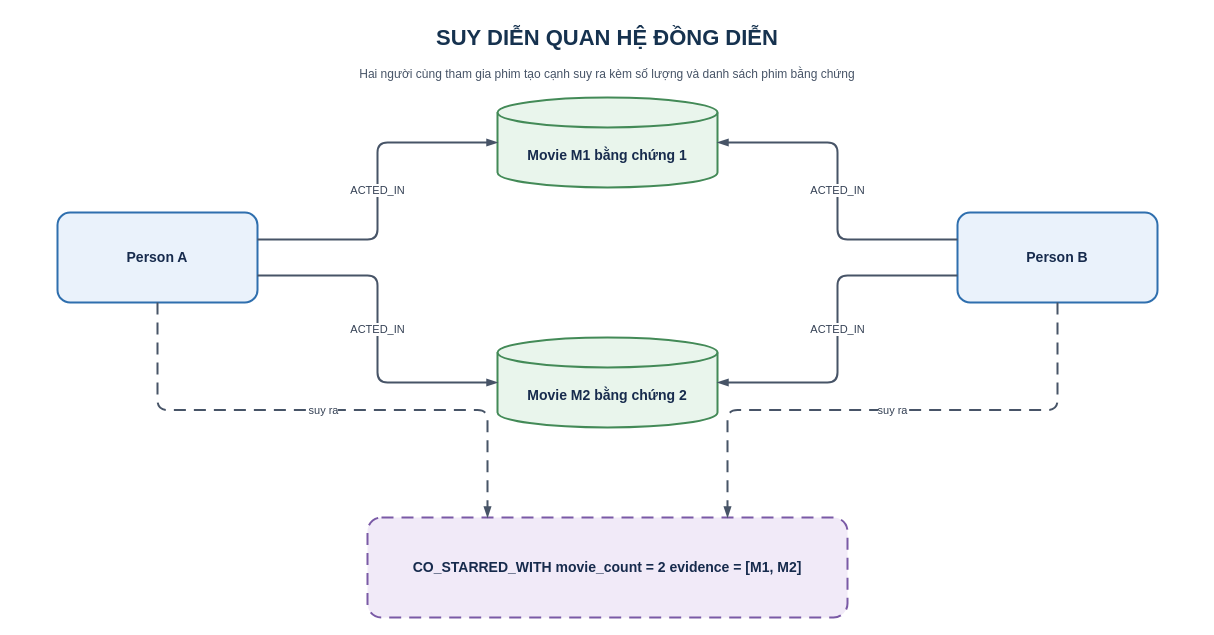
This is report_latex/images/sources/costar_reasoning.drawio from khanhhk/advanced_database, a draw.io file, before an edit. Source tidied: cells renumbered, new cells numbered last; positions are measured from the earlier drawing's top-left corner, leaving out a move shared by most shapes. Both pictures are drawn from the tidied source at 100%, with x=0, y=0 at pixel (17, 17).
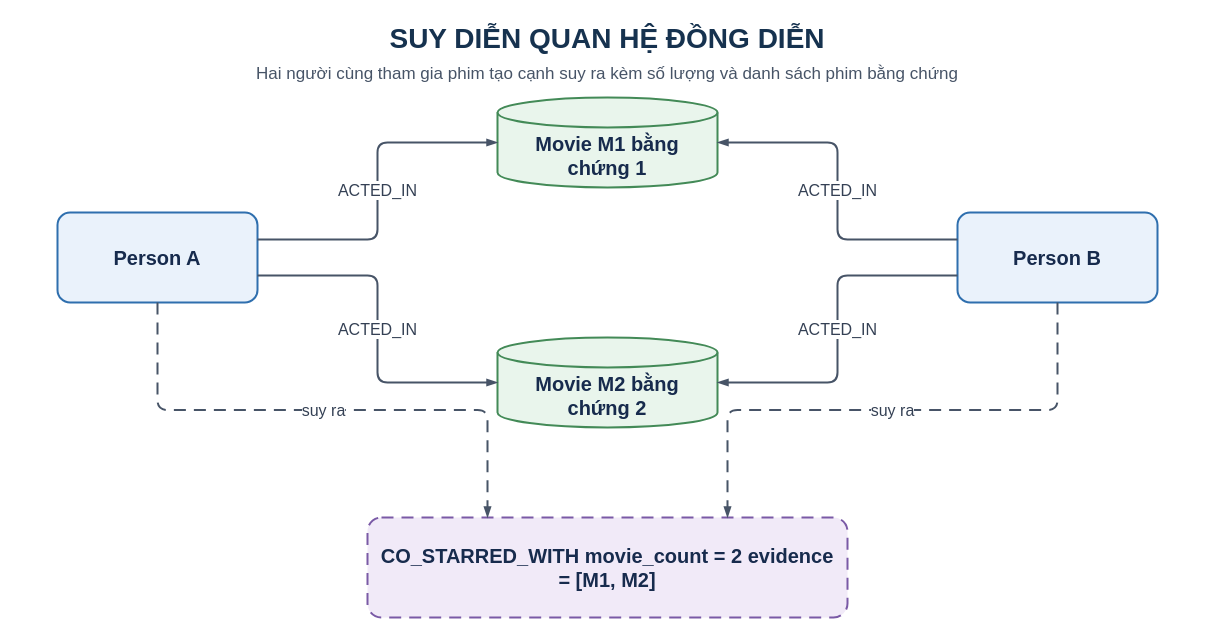
The same diagram, later.

Change to the diagram source:
```diff
@@
 <mxGraphModel background="#FFFFFF">
   <root>
     <mxCell id="0" />
     <mxCell id="1" parent="0" />
-    <mxCell id="2" value="SUY DIỄN QUAN HỆ ĐỒNG DIỄN" style="text;html=1;whiteSpace=wrap;align=center;verticalAlign=middle;fontFamily=Helvetica;fontSize=22;fontColor=#16324F;fontStyle=1;" parent="1" vertex="1">
+    <mxCell id="2" value="SUY DIỄN QUAN HỆ ĐỒNG DIỄN" style="text;html=1;whiteSpace=wrap;align=center;verticalAlign=middle;fontFamily=Helvetica;fontSize=28;fontColor=#16324F;fontStyle=1;" parent="1" vertex="1">
       <mxGeometry width="1180" height="42" as="geometry" />
     </mxCell>
-    <mxCell id="3" value="Hai người cùng tham gia phim tạo cạnh suy ra kèm số lượng và danh sách phim bằng chứng" style="text;html=1;whiteSpace=wrap;align=center;verticalAlign=middle;fontFamily=Helvetica;fontSize=12;fontColor=#475467;" parent="1" vertex="1">
+    <mxCell id="3" value="Hai người cùng tham gia phim tạo cạnh suy ra kèm số lượng và danh sách phim bằng chứng" style="text;html=1;whiteSpace=wrap;align=center;verticalAlign=middle;fontFamily=Helvetica;fontSize=17;fontColor=#475467;" parent="1" vertex="1">
       <mxGeometry y="42" width="1180" height="30" as="geometry" />
     </mxCell>
-    <mxCell id="4" value="Person A" style="rounded=1;arcSize=14;whiteSpace=wrap;html=1;align=center;verticalAlign=middle;spacing=8;fontFamily=Helvetica;fontSize=14;fontColor=#172B4D;fillColor=#EAF2FB;strokeColor=#2F6FAE;strokeWidth=2;fontStyle=1;" parent="1" vertex="1">
+    <mxCell id="4" value="Person A" style="rounded=1;arcSize=14;whiteSpace=wrap;html=1;align=center;verticalAlign=middle;spacing=8;fontFamily=Helvetica;fontSize=20;fontColor=#172B4D;fillColor=#EAF2FB;strokeColor=#2F6FAE;strokeWidth=2;fontStyle=1;" parent="1" vertex="1">
       <mxGeometry x="40" y="195" width="200" height="90" as="geometry" />
     </mxCell>
-    <mxCell id="5" value="Movie M1 bằng chứng 1" style="shape=cylinder3;boundedLbl=1;whiteSpace=wrap;html=1;align=center;verticalAlign=middle;spacing=8;fontFamily=Helvetica;fontSize=14;fontColor=#172B4D;fillColor=#E9F5EC;strokeColor=#438A57;strokeWidth=2;fontStyle=1;" parent="1" vertex="1">
+    <mxCell id="5" value="Movie M1 bằng chứng 1" style="shape=cylinder3;boundedLbl=1;whiteSpace=wrap;html=1;align=center;verticalAlign=middle;spacing=8;fontFamily=Helvetica;fontSize=20;fontColor=#172B4D;fillColor=#E9F5EC;strokeColor=#438A57;strokeWidth=2;fontStyle=1;" parent="1" vertex="1">
       <mxGeometry x="480" y="80" width="220" height="90" as="geometry" />
     </mxCell>
-    <mxCell id="6" value="Movie M2 bằng chứng 2" style="shape=cylinder3;boundedLbl=1;whiteSpace=wrap;html=1;align=center;verticalAlign=middle;spacing=8;fontFamily=Helvetica;fontSize=14;fontColor=#172B4D;fillColor=#E9F5EC;strokeColor=#438A57;strokeWidth=2;fontStyle=1;" parent="1" vertex="1">
+    <mxCell id="6" value="Movie M2 bằng chứng 2" style="shape=cylinder3;boundedLbl=1;whiteSpace=wrap;html=1;align=center;verticalAlign=middle;spacing=8;fontFamily=Helvetica;fontSize=20;fontColor=#172B4D;fillColor=#E9F5EC;strokeColor=#438A57;strokeWidth=2;fontStyle=1;" parent="1" vertex="1">
       <mxGeometry x="480" y="320" width="220" height="90" as="geometry" />
     </mxCell>
-    <mxCell id="7" value="Person B" style="rounded=1;arcSize=14;whiteSpace=wrap;html=1;align=center;verticalAlign=middle;spacing=8;fontFamily=Helvetica;fontSize=14;fontColor=#172B4D;fillColor=#EAF2FB;strokeColor=#2F6FAE;strokeWidth=2;fontStyle=1;" parent="1" vertex="1">
+    <mxCell id="7" value="Person B" style="rounded=1;arcSize=14;whiteSpace=wrap;html=1;align=center;verticalAlign=middle;spacing=8;fontFamily=Helvetica;fontSize=20;fontColor=#172B4D;fillColor=#EAF2FB;strokeColor=#2F6FAE;strokeWidth=2;fontStyle=1;" parent="1" vertex="1">
       <mxGeometry x="940" y="195" width="200" height="90" as="geometry" />
     </mxCell>
-    <mxCell id="8" value="CO_STARRED_WITH movie_count = 2 evidence = [M1, M2]" style="rounded=1;arcSize=14;whiteSpace=wrap;html=1;align=center;verticalAlign=middle;spacing=8;fontFamily=Helvetica;fontSize=14;fontColor=#172B4D;fillColor=#F1EAF8;strokeColor=#7A5AA6;strokeWidth=2;fontStyle=1;dashed=1;dashPattern=6 4;" parent="1" vertex="1">
+    <mxCell id="8" value="CO_STARRED_WITH movie_count = 2 evidence = [M1, M2]" style="rounded=1;arcSize=14;whiteSpace=wrap;html=1;align=center;verticalAlign=middle;spacing=8;fontFamily=Helvetica;fontSize=20;fontColor=#172B4D;fillColor=#F1EAF8;strokeColor=#7A5AA6;strokeWidth=2;fontStyle=1;dashed=1;dashPattern=6 4;" parent="1" vertex="1">
       <mxGeometry x="350" y="500" width="480" height="100" as="geometry" />
     </mxCell>
-    <mxCell id="9" value="ACTED_IN" style="edgeStyle=orthogonalEdgeStyle;rounded=1;jettySize=auto;html=1;strokeColor=#475467;strokeWidth=2;endArrow=blockThin;endFill=1;fontFamily=Helvetica;fontSize=11;fontColor=#344054;labelBackgroundColor=#FFFFFF;exitX=1;exitY=0.3;exitDx=0;exitDy=0;entryX=0;entryY=0.5;entryDx=0;entryDy=0;" parent="1" edge="1" source="4" target="5">
+    <mxCell id="9" value="ACTED_IN" style="edgeStyle=orthogonalEdgeStyle;rounded=1;jettySize=auto;html=1;strokeColor=#475467;strokeWidth=2;endArrow=blockThin;endFill=1;fontFamily=Helvetica;fontSize=16;fontColor=#344054;labelBackgroundColor=#FFFFFF;exitX=1;exitY=0.3;exitDx=0;exitDy=0;entryX=0;entryY=0.5;entryDx=0;entryDy=0;" parent="1" edge="1" source="4" target="5">
       <mxGeometry relative="1" as="geometry" />
     </mxCell>
-    <mxCell id="10" value="ACTED_IN" style="edgeStyle=orthogonalEdgeStyle;rounded=1;jettySize=auto;html=1;strokeColor=#475467;strokeWidth=2;endArrow=blockThin;endFill=1;fontFamily=Helvetica;fontSize=11;fontColor=#344054;labelBackgroundColor=#FFFFFF;exitX=1;exitY=0.7;exitDx=0;exitDy=0;entryX=0;entryY=0.5;entryDx=0;entryDy=0;" parent="1" edge="1" source="4" target="6">
+    <mxCell id="10" value="ACTED_IN" style="edgeStyle=orthogonalEdgeStyle;rounded=1;jettySize=auto;html=1;strokeColor=#475467;strokeWidth=2;endArrow=blockThin;endFill=1;fontFamily=Helvetica;fontSize=16;fontColor=#344054;labelBackgroundColor=#FFFFFF;exitX=1;exitY=0.7;exitDx=0;exitDy=0;entryX=0;entryY=0.5;entryDx=0;entryDy=0;" parent="1" edge="1" source="4" target="6">
       <mxGeometry relative="1" as="geometry" />
     </mxCell>
-    <mxCell id="11" value="ACTED_IN" style="edgeStyle=orthogonalEdgeStyle;rounded=1;jettySize=auto;html=1;strokeColor=#475467;strokeWidth=2;endArrow=blockThin;endFill=1;fontFamily=Helvetica;fontSize=11;fontColor=#344054;labelBackgroundColor=#FFFFFF;exitX=0;exitY=0.3;exitDx=0;exitDy=0;entryX=1;entryY=0.5;entryDx=0;entryDy=0;" parent="1" edge="1" source="7" target="5">
+    <mxCell id="11" value="ACTED_IN" style="edgeStyle=orthogonalEdgeStyle;rounded=1;jettySize=auto;html=1;strokeColor=#475467;strokeWidth=2;endArrow=blockThin;endFill=1;fontFamily=Helvetica;fontSize=16;fontColor=#344054;labelBackgroundColor=#FFFFFF;exitX=0;exitY=0.3;exitDx=0;exitDy=0;entryX=1;entryY=0.5;entryDx=0;entryDy=0;" parent="1" edge="1" source="7" target="5">
       <mxGeometry relative="1" as="geometry" />
     </mxCell>
-    <mxCell id="12" value="ACTED_IN" style="edgeStyle=orthogonalEdgeStyle;rounded=1;jettySize=auto;html=1;strokeColor=#475467;strokeWidth=2;endArrow=blockThin;endFill=1;fontFamily=Helvetica;fontSize=11;fontColor=#344054;labelBackgroundColor=#FFFFFF;exitX=0;exitY=0.7;exitDx=0;exitDy=0;entryX=1;entryY=0.5;entryDx=0;entryDy=0;" parent="1" edge="1" source="7" target="6">
+    <mxCell id="12" value="ACTED_IN" style="edgeStyle=orthogonalEdgeStyle;rounded=1;jettySize=auto;html=1;strokeColor=#475467;strokeWidth=2;endArrow=blockThin;endFill=1;fontFamily=Helvetica;fontSize=16;fontColor=#344054;labelBackgroundColor=#FFFFFF;exitX=0;exitY=0.7;exitDx=0;exitDy=0;entryX=1;entryY=0.5;entryDx=0;entryDy=0;" parent="1" edge="1" source="7" target="6">
       <mxGeometry relative="1" as="geometry" />
     </mxCell>
-    <mxCell id="13" value="suy ra" style="edgeStyle=orthogonalEdgeStyle;rounded=1;jettySize=auto;html=1;strokeColor=#475467;strokeWidth=2;endArrow=blockThin;endFill=1;fontFamily=Helvetica;fontSize=11;fontColor=#344054;labelBackgroundColor=#FFFFFF;exitX=0.5;exitY=1;exitDx=0;exitDy=0;entryX=0.25;entryY=0;entryDx=0;entryDy=0;dashed=1;dashPattern=6 4;" parent="1" edge="1" source="4" target="8">
+    <mxCell id="13" value="suy ra" style="edgeStyle=orthogonalEdgeStyle;rounded=1;jettySize=auto;html=1;strokeColor=#475467;strokeWidth=2;endArrow=blockThin;endFill=1;fontFamily=Helvetica;fontSize=16;fontColor=#344054;labelBackgroundColor=#FFFFFF;exitX=0.5;exitY=1;exitDx=0;exitDy=0;entryX=0.25;entryY=0;entryDx=0;entryDy=0;dashed=1;dashPattern=6 4;" parent="1" edge="1" source="4" target="8">
       <mxGeometry relative="1" as="geometry" />
     </mxCell>
-    <mxCell id="14" value="suy ra" style="edgeStyle=orthogonalEdgeStyle;rounded=1;jettySize=auto;html=1;strokeColor=#475467;strokeWidth=2;endArrow=blockThin;endFill=1;fontFamily=Helvetica;fontSize=11;fontColor=#344054;labelBackgroundColor=#FFFFFF;exitX=0.5;exitY=1;exitDx=0;exitDy=0;entryX=0.75;entryY=0;entryDx=0;entryDy=0;dashed=1;dashPattern=6 4;" parent="1" edge="1" source="7" target="8">
+    <mxCell id="14" value="suy ra" style="edgeStyle=orthogonalEdgeStyle;rounded=1;jettySize=auto;html=1;strokeColor=#475467;strokeWidth=2;endArrow=blockThin;endFill=1;fontFamily=Helvetica;fontSize=16;fontColor=#344054;labelBackgroundColor=#FFFFFF;exitX=0.5;exitY=1;exitDx=0;exitDy=0;entryX=0.75;entryY=0;entryDx=0;entryDy=0;dashed=1;dashPattern=6 4;" parent="1" edge="1" source="7" target="8">
       <mxGeometry relative="1" as="geometry" />
     </mxCell>
   </root>
 </mxGraphModel>
```
